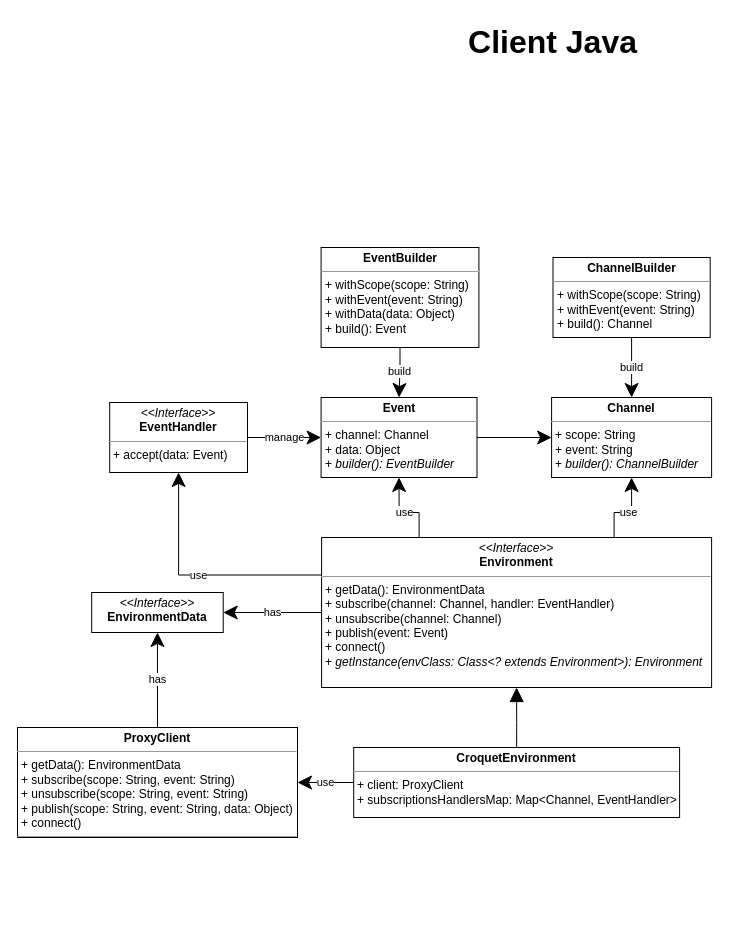
The draw.io diagram page "Client" (5 of 6) of croquet.drawio in alemazzo/croquet-adapter, before the edit. Source tidied: cells renumbered, new cells numbered last; positions are measured from the earlier drawing's top-left corner, leaving out a move shared by most shapes. Both pictures are drawn from the tidied source at 100%, with x=0, y=0 at pixel (17, 17).
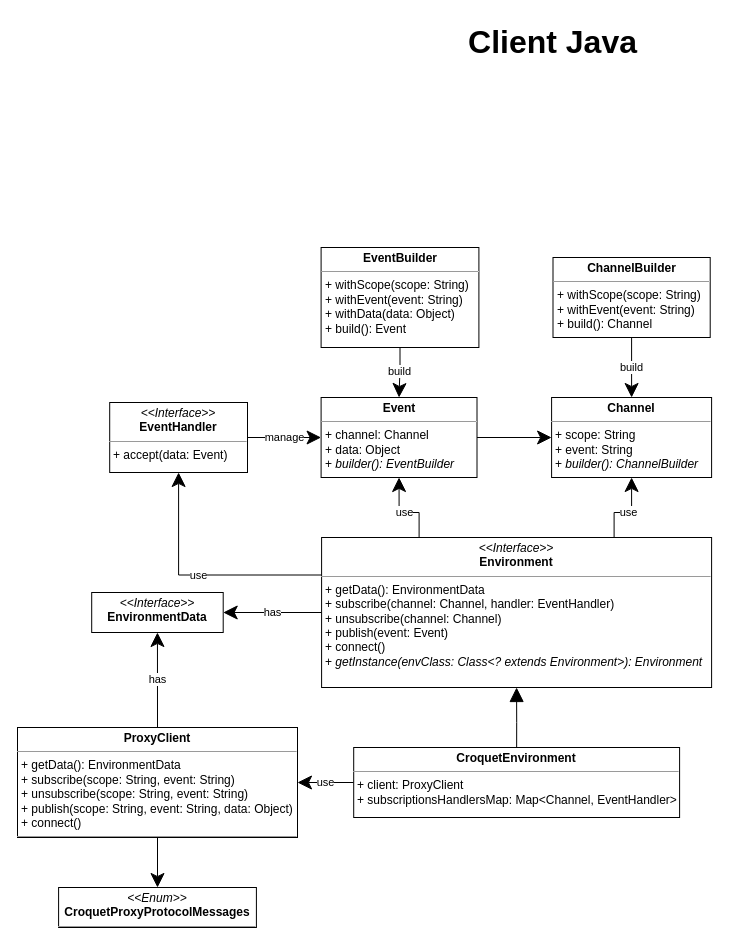
The same diagram, later.

The change refers to these unchanged cells:
```xml
<mxCell id="22" value="&lt;p style=&quot;margin:0px;margin-top:4px;text-align:center;&quot;&gt;&lt;b&gt;ProxyClient&lt;/b&gt;&lt;/p&gt;&lt;hr size=&quot;1&quot;&gt;&lt;p style=&quot;margin: 0px 0px 0px 4px;&quot;&gt;+ getData(): EnvironmentData&lt;/p&gt;&lt;p style=&quot;margin: 0px 0px 0px 4px;&quot;&gt;+ subscribe(scope: String, event: String)&lt;/p&gt;&lt;p style=&quot;margin: 0px 0px 0px 4px;&quot;&gt;+ unsubscribe(scope: String, event: String)&lt;/p&gt;&lt;p style=&quot;margin: 0px 0px 0px 4px;&quot;&gt;+ publish(scope: String, event: String, data: Object)&lt;/p&gt;&lt;p style=&quot;margin: 0px 0px 0px 4px;&quot;&gt;+ connect()&lt;/p&gt;&lt;hr size=&quot;1&quot;&gt;&lt;p style=&quot;margin:0px;margin-left:4px;&quot;&gt;&lt;br&gt;&lt;/p&gt;" style="verticalAlign=top;align=left;overflow=fill;fontSize=12;fontFamily=Helvetica;html=1;" parent="1" vertex="1">
  <mxGeometry y="710" width="280" height="110" as="geometry" />
</mxCell>
```

What changed in the source:
```diff
@@
+    <mxCell id="23" style="edgeStyle=orthogonalEdgeStyle;rounded=0;jettySize=auto;html=1;exitX=0.5;exitY=1;exitDx=0;exitDy=0;entryX=0.5;entryY=0;entryDx=0;entryDy=0;endArrow=classic;endFill=1;endSize=12;" parent="1" edge="1" source="22" target="24">
+      <mxGeometry relative="1" as="geometry" />
+    </mxCell>
@@
+    <mxCell id="24" value="&lt;p style=&quot;margin:0px;margin-top:4px;text-align:center;&quot;&gt;&lt;i&gt;&amp;lt;&amp;lt;Enum&amp;gt;&amp;gt;&lt;/i&gt;&lt;br&gt;&lt;b&gt;CroquetProxyProtocolMessages&lt;/b&gt;&lt;br&gt;&lt;/p&gt;&lt;hr size=&quot;1&quot;&gt;&lt;p style=&quot;margin:0px;margin-left:4px;&quot;&gt;&lt;br&gt;&lt;/p&gt;&lt;hr size=&quot;1&quot;&gt;&lt;p style=&quot;margin:0px;margin-left:4px;&quot;&gt;&lt;br&gt;&lt;/p&gt;" style="verticalAlign=top;align=left;overflow=fill;fontSize=12;fontFamily=Helvetica;html=1;" parent="1" vertex="1">
+      <mxGeometry x="41.1" y="870" width="197.8" height="40" as="geometry" />
+    </mxCell>
```
